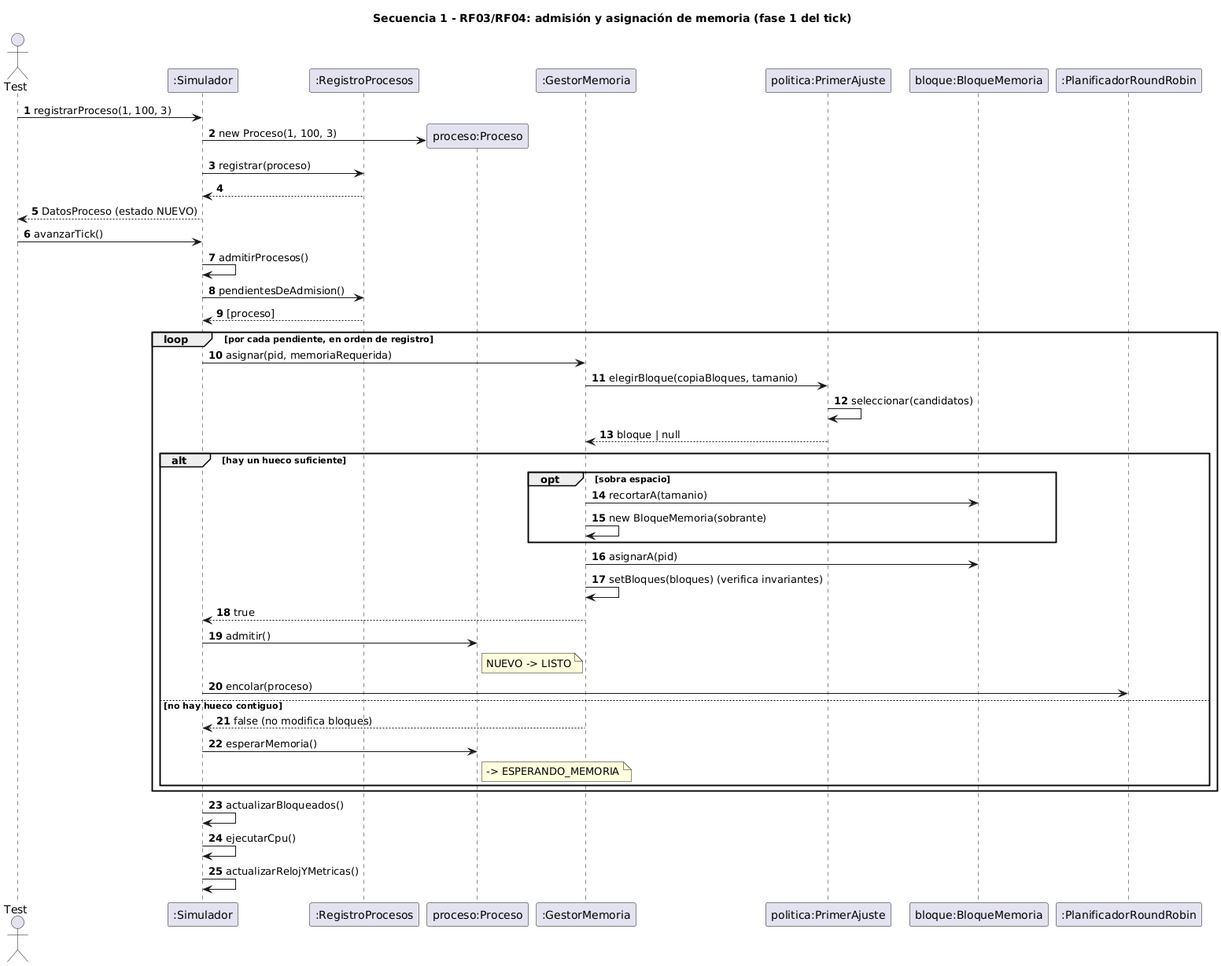
Above: docs/diagramas/secuencia-1-admision-memoria.png in Nicanor-max/MemoriaPOO2.0 (PlantUML), before the change. Its diagram source:
```plantuml
@startuml secuencia-1-admision-memoria
title Secuencia 1 - RF03/RF04: admisión y asignación de memoria (fase 1 del tick)
autonumber
actor Test
participant ":Simulador" as S
participant ":RegistroProcesos" as R
participant "proceso:Proceso" as P
participant ":GestorMemoria" as M
participant "politica:PrimerAjuste" as POL
participant "bloque:BloqueMemoria" as B
participant ":PlanificadorRoundRobin" as PL

Test -> S : registrarProceso(1, 100, 3)
S -> P ** : new Proceso(1, 100, 3)
S -> R : registrar(proceso)
R --> S
S --> Test : DatosProceso (estado NUEVO)

Test -> S : avanzarTick()
S -> S : admitirProcesos()
S -> R : pendientesDeAdmision()
R --> S : [proceso]
loop por cada pendiente, en orden de registro
  S -> M : asignar(pid, memoriaRequerida)
  M -> POL : elegirBloque(copiaBloques, tamanio)
  POL -> POL : seleccionar(candidatos)
  POL --> M : bloque | null
  alt hay un hueco suficiente
    opt sobra espacio
      M -> B : recortarA(tamanio)
      M -> M : new BloqueMemoria(sobrante)
    end
    M -> B : asignarA(pid)
    M -> M : setBloques(bloques) (verifica invariantes)
    M --> S : true
    S -> P : admitir()
    note right of P : NUEVO -> LISTO
    S -> PL : encolar(proceso)
  else no hay hueco contiguo
    M --> S : false (no modifica bloques)
    S -> P : esperarMemoria()
    note right of P : -> ESPERANDO_MEMORIA
  end
end
S -> S : actualizarBloqueados()
S -> S : ejecutarCpu()
S -> S : actualizarRelojYMetricas()
@enduml
```
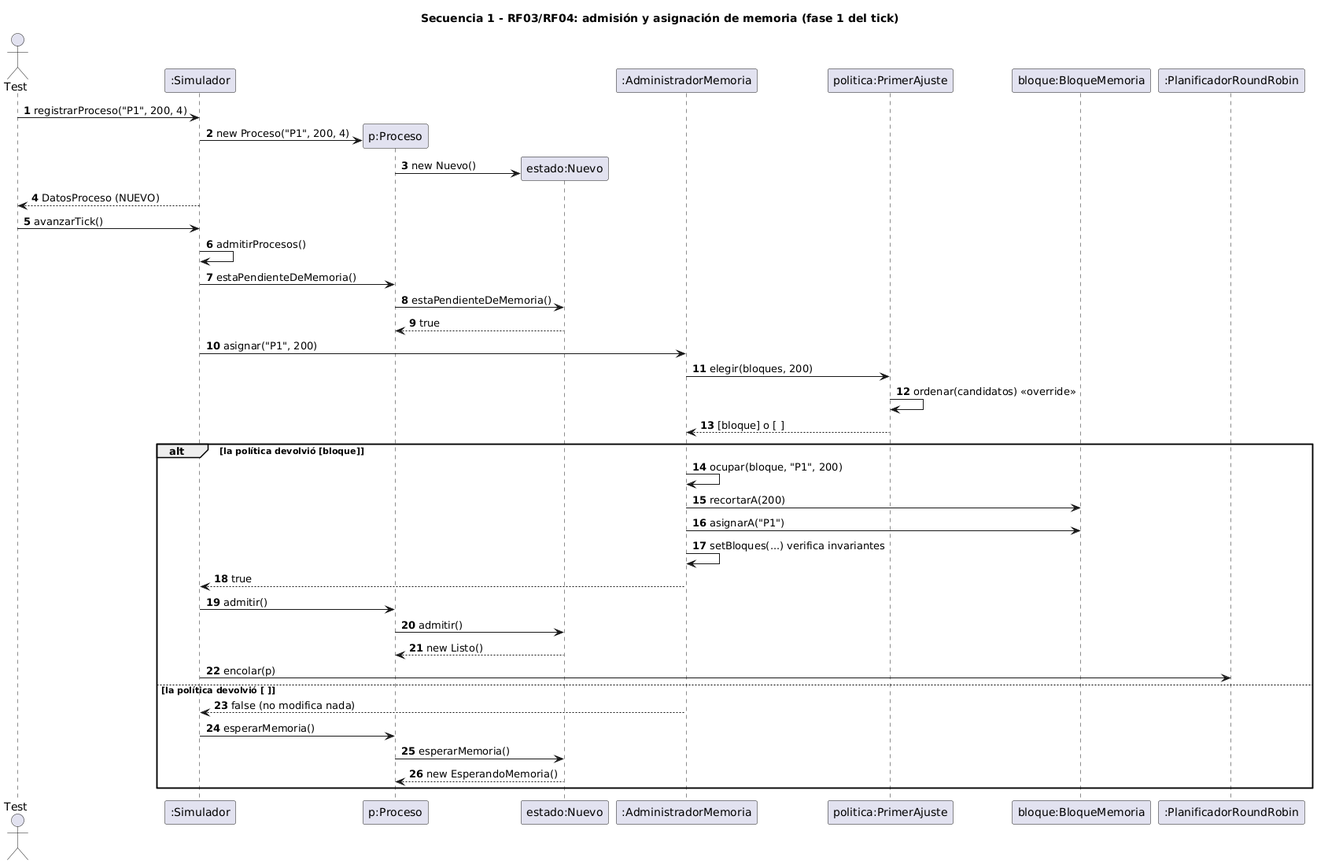
After the change.

Diff of the diagram source:
```diff
@@ -3,46 +3,41 @@
 autonumber
 actor Test
 participant ":Simulador" as S
-participant ":RegistroProcesos" as R
-participant "proceso:Proceso" as P
-participant ":GestorMemoria" as M
+participant "p:Proceso" as P
+participant "estado:Nuevo" as E
+participant ":AdministradorMemoria" as M
 participant "politica:PrimerAjuste" as POL
 participant "bloque:BloqueMemoria" as B
 participant ":PlanificadorRoundRobin" as PL
 
-Test -> S : registrarProceso(1, 100, 3)
-S -> P ** : new Proceso(1, 100, 3)
-S -> R : registrar(proceso)
-R --> S
-S --> Test : DatosProceso (estado NUEVO)
+Test -> S : registrarProceso("P1", 200, 4)
+S -> P ** : new Proceso("P1", 200, 4)
+P -> E ** : new Nuevo()
+S --> Test : DatosProceso (NUEVO)
 
 Test -> S : avanzarTick()
 S -> S : admitirProcesos()
-S -> R : pendientesDeAdmision()
-R --> S : [proceso]
-loop por cada pendiente, en orden de registro
-  S -> M : asignar(pid, memoriaRequerida)
-  M -> POL : elegirBloque(copiaBloques, tamanio)
-  POL -> POL : seleccionar(candidatos)
-  POL --> M : bloque | null
-  alt hay un hueco suficiente
-    opt sobra espacio
-      M -> B : recortarA(tamanio)
-      M -> M : new BloqueMemoria(sobrante)
-    end
-    M -> B : asignarA(pid)
-    M -> M : setBloques(bloques) (verifica invariantes)
-    M --> S : true
-    S -> P : admitir()
-    note right of P : NUEVO -> LISTO
-    S -> PL : encolar(proceso)
-  else no hay hueco contiguo
-    M --> S : false (no modifica bloques)
-    S -> P : esperarMemoria()
-    note right of P : -> ESPERANDO_MEMORIA
-  end
+S -> P : estaPendienteDeMemoria()
+P -> E : estaPendienteDeMemoria()
+E --> P : true
+S -> M : asignar("P1", 200)
+M -> POL : elegir(bloques, 200)
+POL -> POL : ordenar(candidatos) <<override>>
+POL --> M : [bloque] o [ ]
+alt la política devolvió [bloque]
+  M -> M : ocupar(bloque, "P1", 200)
+  M -> B : recortarA(200)
+  M -> B : asignarA("P1")
+  M -> M : setBloques(...) verifica invariantes
+  M --> S : true
+  S -> P : admitir()
+  P -> E : admitir()
+  E --> P : new Listo()
+  S -> PL : encolar(p)
+else la política devolvió [ ]
+  M --> S : false (no modifica nada)
+  S -> P : esperarMemoria()
+  P -> E : esperarMemoria()
+  E --> P : new EsperandoMemoria()
 end
-S -> S : actualizarBloqueados()
-S -> S : ejecutarCpu()
-S -> S : actualizarRelojYMetricas()
 @enduml
```
